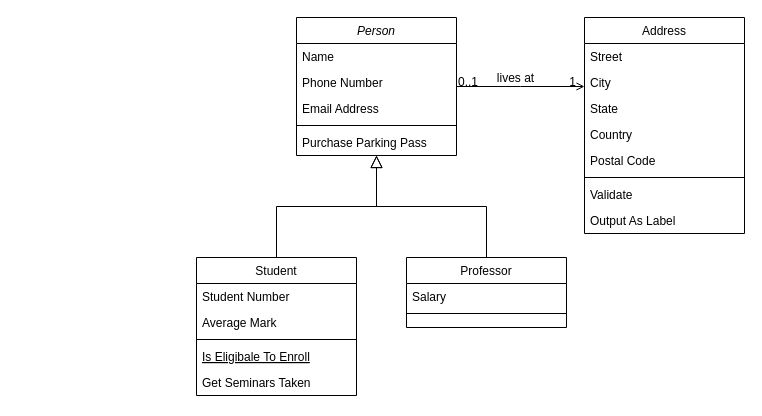
congtrung6391/fptu-schoolwork keeps this draw.io diagram as LAB211/Lab01/Untitled Diagram.drawio. Above is the earlier version. Source tidied: cells renumbered, new cells numbered last; positions are measured from the earlier drawing's top-left corner, leaving out a move shared by most shapes. Both pictures are drawn from the tidied source at 100%, with x=0, y=0 at pixel (196, 17).
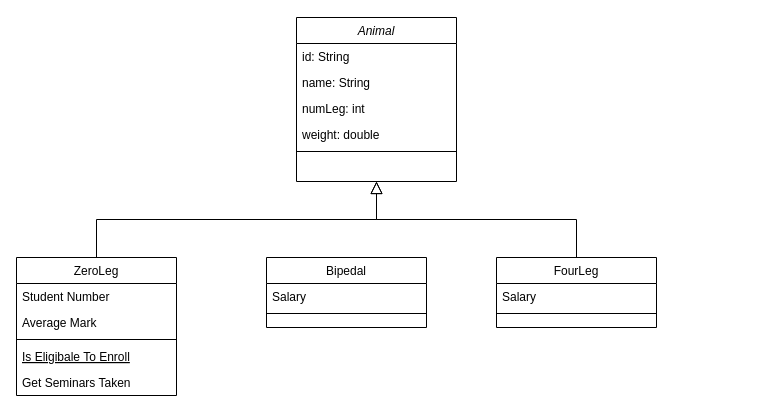
After the change.

Diff of the diagram source:
```diff
@@
-    <mxCell id="2" value="Person" style="swimlane;fontStyle=2;align=center;verticalAlign=top;horizontal=1;startSize=26;rounded=0;shadow=0;strokeWidth=1;" parent="1" vertex="1">
-      <mxGeometry x="100" width="160" height="138" as="geometry" />
+    <mxCell id="2" value="Animal" style="swimlane;fontStyle=2;align=center;verticalAlign=top;horizontal=1;startSize=26;rounded=0;shadow=0;strokeWidth=1;" parent="1" vertex="1">
+      <mxGeometry x="100" width="160" height="164" as="geometry" />
     </mxCell>
+    <mxCell id="4" value="id: String " style="text;align=left;verticalAlign=top;spacingLeft=4;spacingRight=4;overflow=hidden;rounded=0;shadow=0;html=0;" parent="2" vertex="1">
+      <mxGeometry y="26" width="160" height="26" as="geometry" />
+    </mxCell>
-    <mxCell id="3" value="Name" style="text;align=left;verticalAlign=top;spacingLeft=4;spacingRight=4;overflow=hidden;" parent="2" vertex="1">
-      <mxGeometry y="26" width="160" height="26" as="geometry" />
+    <mxCell id="3" value="name: String" style="text;align=left;verticalAlign=top;spacingLeft=4;spacingRight=4;overflow=hidden;" parent="2" vertex="1">
+      <mxGeometry y="52" width="160" height="26" as="geometry" />
     </mxCell>
-    <mxCell id="4" value="Phone Number" style="text;align=left;verticalAlign=top;spacingLeft=4;spacingRight=4;overflow=hidden;rounded=0;shadow=0;html=0;" parent="2" vertex="1">
-      <mxGeometry y="52" width="160" height="26" as="geometry" />
-    </mxCell>
-    <mxCell id="5" value="Email Address" style="text;align=left;verticalAlign=top;spacingLeft=4;spacingRight=4;overflow=hidden;rounded=0;shadow=0;html=0;" parent="2" vertex="1">
+    <mxCell id="5" value="numLeg: int" style="text;align=left;verticalAlign=top;spacingLeft=4;spacingRight=4;overflow=hidden;rounded=0;shadow=0;html=0;" parent="2" vertex="1">
       <mxGeometry y="78" width="160" height="26" as="geometry" />
     </mxCell>
+    <mxCell id="32" value="weight: double" style="text;align=left;verticalAlign=top;spacingLeft=4;spacingRight=4;overflow=hidden;rounded=0;shadow=0;html=0;" parent="2" vertex="1">
+      <mxGeometry y="104" width="160" height="26" as="geometry" />
+    </mxCell>
     <mxCell id="6" style="line;html=1;strokeWidth=1;align=left;verticalAlign=middle;spacingTop=-1;spacingLeft=3;spacingRight=3;labelPosition=right;" parent="2" vertex="1">
-      <mxGeometry y="104" width="160" height="8" as="geometry" />
+      <mxGeometry y="130" width="160" height="8" as="geometry" />
     </mxCell>
-    <mxCell id="7" value="Purchase Parking Pass" style="text;align=left;verticalAlign=top;spacingLeft=4;spacingRight=4;overflow=hidden;" parent="2" vertex="1">
-      <mxGeometry y="112" width="160" height="26" as="geometry" />
-    </mxCell>
-    <mxCell id="8" value="Student" style="swimlane;fontStyle=0;align=center;verticalAlign=top;horizontal=1;startSize=26;rounded=0;shadow=0;strokeWidth=1;" parent="1" vertex="1">
-      <mxGeometry y="240" width="160" height="138" as="geometry" />
+    <mxCell id="8" value="ZeroLeg" style="swimlane;fontStyle=0;align=center;verticalAlign=top;horizontal=1;startSize=26;rounded=0;shadow=0;strokeWidth=1;" parent="1" vertex="1">
+      <mxGeometry x="-180" y="240" width="160" height="138" as="geometry" />
     </mxCell>
@@
-    <mxCell id="15" value="Professor" style="swimlane;fontStyle=0;align=center;verticalAlign=top;horizontal=1;startSize=26;rounded=0;shadow=0;strokeWidth=1;" parent="1" vertex="1">
-      <mxGeometry x="210" y="240" width="160" height="70" as="geometry" />
+    <mxCell id="15" value="FourLeg" style="swimlane;fontStyle=0;align=center;verticalAlign=top;horizontal=1;startSize=26;rounded=0;shadow=0;strokeWidth=1;" parent="1" vertex="1">
+      <mxGeometry x="300" y="240" width="160" height="70" as="geometry" />
     </mxCell>
@@
-    <mxCell id="19" value="Address" style="swimlane;fontStyle=0;align=center;verticalAlign=top;horizontal=1;startSize=26;rounded=0;shadow=0;strokeWidth=1;" parent="1" vertex="1">
-      <mxGeometry x="388" width="160" height="216" as="geometry" />
-    </mxCell>
-    <mxCell id="20" value="Street" style="text;align=left;verticalAlign=top;spacingLeft=4;spacingRight=4;overflow=hidden;" parent="19" vertex="1">
-      <mxGeometry y="26" width="160" height="26" as="geometry" />
-    </mxCell>
-    <mxCell id="21" value="City" style="text;align=left;verticalAlign=top;spacingLeft=4;spacingRight=4;overflow=hidden;rounded=0;shadow=0;html=0;" parent="19" vertex="1">
-      <mxGeometry y="52" width="160" height="26" as="geometry" />
-    </mxCell>
-    <mxCell id="22" value="State" style="text;align=left;verticalAlign=top;spacingLeft=4;spacingRight=4;overflow=hidden;rounded=0;shadow=0;html=0;" parent="19" vertex="1">
-      <mxGeometry y="78" width="160" height="26" as="geometry" />
-    </mxCell>
-    <mxCell id="23" value="Country" style="text;align=left;verticalAlign=top;spacingLeft=4;spacingRight=4;overflow=hidden;rounded=0;shadow=0;html=0;" parent="19" vertex="1">
-      <mxGeometry y="104" width="160" height="26" as="geometry" />
-    </mxCell>
-    <mxCell id="24" value="Postal Code" style="text;align=left;verticalAlign=top;spacingLeft=4;spacingRight=4;overflow=hidden;rounded=0;shadow=0;html=0;" parent="19" vertex="1">
-      <mxGeometry y="130" width="160" height="26" as="geometry" />
-    </mxCell>
-    <mxCell id="25" style="line;html=1;strokeWidth=1;align=left;verticalAlign=middle;spacingTop=-1;spacingLeft=3;spacingRight=3;labelPosition=right;" parent="19" vertex="1">
-      <mxGeometry y="156" width="160" height="8" as="geometry" />
-    </mxCell>
-    <mxCell id="26" value="Validate" style="text;align=left;verticalAlign=top;spacingLeft=4;spacingRight=4;overflow=hidden;" parent="19" vertex="1">
-      <mxGeometry y="164" width="160" height="26" as="geometry" />
-    </mxCell>
-    <mxCell id="27" value="Output As Label" style="text;align=left;verticalAlign=top;spacingLeft=4;spacingRight=4;overflow=hidden;" parent="19" vertex="1">
-      <mxGeometry y="190" width="160" height="26" as="geometry" />
-    </mxCell>
-    <mxCell id="28" style="endArrow=open;shadow=0;strokeWidth=1;rounded=0;endFill=1;edgeStyle=elbowEdgeStyle;elbow=vertical;" parent="1" edge="1" source="2" target="19">
-      <mxGeometry x="0.5" y="41" relative="1" as="geometry">
-        <mxPoint x="-40" y="32" as="offset" />
-      </mxGeometry>
-    </mxCell>
-    <mxCell id="29" value="0..1" style="align=left;verticalAlign=bottom;labelBackgroundColor=none;fontSize=12;" parent="28" vertex="1">
-      <mxGeometry x="-1" relative="1" as="geometry">
-        <mxPoint y="4" as="offset" />
-      </mxGeometry>
-    </mxCell>
-    <mxCell id="30" value="1" style="align=right;verticalAlign=bottom;labelBackgroundColor=none;fontSize=12;" parent="28" vertex="1">
-      <mxGeometry x="1" relative="1" as="geometry">
-        <mxPoint x="-7" y="4" as="offset" />
-      </mxGeometry>
-    </mxCell>
-    <mxCell id="31" value="lives at" style="text;html=1;align=center;verticalAlign=middle;labelBackgroundColor=none;rounded=0;shadow=0;strokeWidth=1;fontSize=12;" parent="28" vertex="1">
-      <mxGeometry x="0.5" y="49" relative="1" as="geometry">
-        <mxPoint x="-38" y="40" as="offset" />
-      </mxGeometry>
-    </mxCell>
+    <mxCell id="33" value="Bipedal" style="swimlane;fontStyle=0;align=center;verticalAlign=top;horizontal=1;startSize=26;rounded=0;shadow=0;strokeWidth=1;" parent="1" vertex="1">
+      <mxGeometry x="70" y="240" width="160" height="70" as="geometry" />
+    </mxCell>
+    <mxCell id="34" value="Salary" style="text;align=left;verticalAlign=top;spacingLeft=4;spacingRight=4;overflow=hidden;" parent="33" vertex="1">
+      <mxGeometry y="26" width="160" height="26" as="geometry" />
+    </mxCell>
+    <mxCell id="35" style="line;html=1;strokeWidth=1;align=left;verticalAlign=middle;spacingTop=-1;spacingLeft=3;spacingRight=3;labelPosition=right;" parent="33" vertex="1">
+      <mxGeometry y="52" width="160" height="8" as="geometry" />
+    </mxCell>
```
